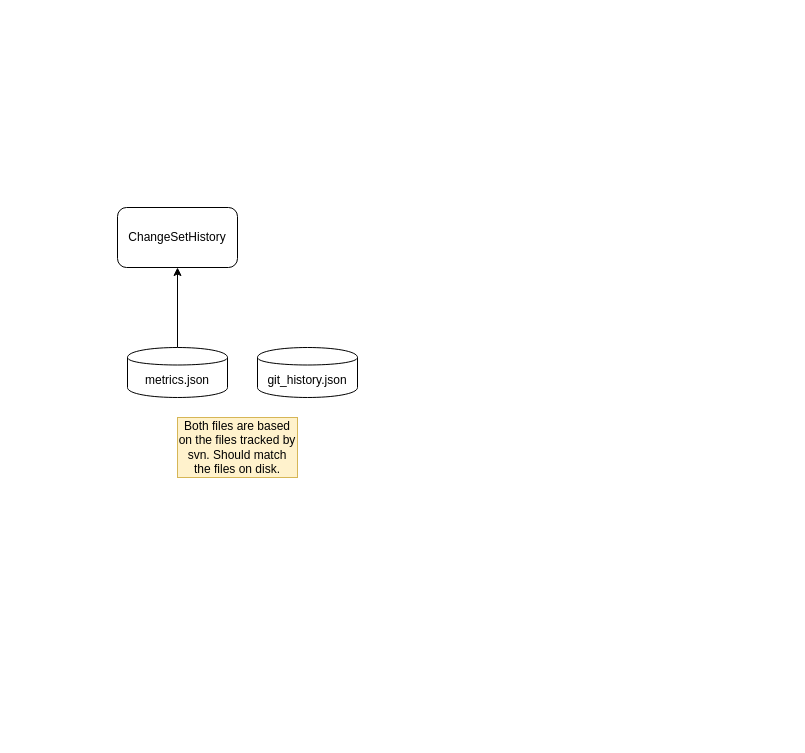
Above: Documents/Insight.drawio in ATrefzer/Insight (draw.io), before the change. Source tidied: cells renumbered, new cells numbered last; positions are measured from the earlier drawing's top-left corner, leaving out a move shared by most shapes. Both pictures are drawn from the tidied source at 100%, with x=0, y=0 at pixel (117, 207).
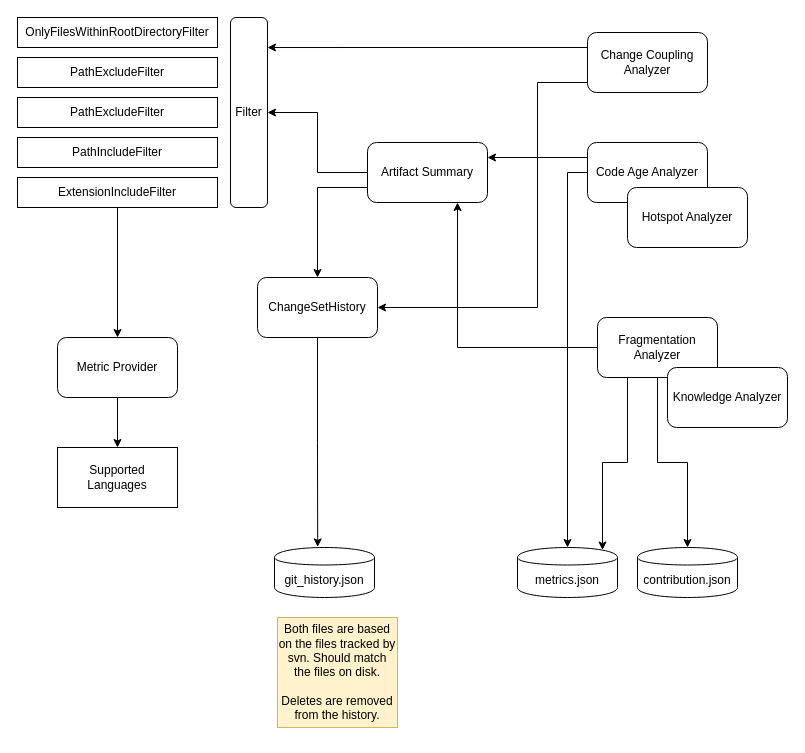
The same diagram, later.

Change to the diagram source:
```diff
@@
-    <mxCell id="2" style="edgeStyle=orthogonalEdgeStyle;rounded=0;jettySize=auto;html=1;exitX=0.5;exitY=0;exitDx=0;exitDy=0;" parent="1" edge="1" source="3" target="6">
-      <mxGeometry relative="1" as="geometry" />
-    </mxCell>
     <mxCell id="3" value="metrics.json" style="shape=cylinder;whiteSpace=wrap;html=1;boundedLbl=1;backgroundOutline=1;" parent="1" vertex="1">
-      <mxGeometry x="10" y="140" width="100" height="50" as="geometry" />
+      <mxGeometry x="400" y="340" width="100" height="50" as="geometry" />
     </mxCell>
     <mxCell id="4" value="git_history.json" style="shape=cylinder;whiteSpace=wrap;html=1;boundedLbl=1;backgroundOutline=1;" parent="1" vertex="1">
-      <mxGeometry x="140" y="140" width="100" height="50" as="geometry" />
+      <mxGeometry x="157" y="340" width="100" height="50" as="geometry" />
     </mxCell>
-    <mxCell id="5" value="Both files are based on the files tracked by svn. Should match the files on disk." style="rounded=0;whiteSpace=wrap;html=1;fillColor=#fff2cc;strokeColor=#d6b656;" parent="1" vertex="1">
-      <mxGeometry x="60" y="210" width="120" height="60" as="geometry" />
+    <mxCell id="5" value="Both files are based on the files tracked by svn. Should match the files on disk.&lt;br&gt;&lt;br&gt;Deletes are removed from the history." style="rounded=0;whiteSpace=wrap;html=1;fillColor=#fff2cc;strokeColor=#d6b656;" parent="1" vertex="1">
+      <mxGeometry x="160" y="410" width="120" height="110" as="geometry" />
     </mxCell>
+    <mxCell id="7" style="edgeStyle=orthogonalEdgeStyle;rounded=0;jettySize=auto;html=1;exitX=0.5;exitY=1;exitDx=0;exitDy=0;entryX=0.432;entryY=-0.012;entryDx=0;entryDy=0;entryPerimeter=0;" parent="1" edge="1" source="6" target="4">
+      <mxGeometry relative="1" as="geometry" />
+    </mxCell>
     <mxCell id="6" value="ChangeSetHistory" style="rounded=1;whiteSpace=wrap;html=1;" parent="1" vertex="1">
-      <mxGeometry width="120" height="60" as="geometry" />
+      <mxGeometry x="140" y="70" width="120" height="60" as="geometry" />
     </mxCell>
+    <mxCell id="8" style="edgeStyle=orthogonalEdgeStyle;rounded=0;jettySize=auto;html=1;exitX=0;exitY=0.5;exitDx=0;exitDy=0;entryX=1;entryY=0.5;entryDx=0;entryDy=0;" parent="1" edge="1" source="11" target="9">
+      <mxGeometry relative="1" as="geometry" />
+    </mxCell>
+    <mxCell id="9" value="Filter" style="rounded=1;whiteSpace=wrap;html=1;" parent="1" vertex="1">
+      <mxGeometry x="113" y="-190" width="37" height="190" as="geometry" />
+    </mxCell>
+    <mxCell id="10" style="edgeStyle=orthogonalEdgeStyle;rounded=0;jettySize=auto;html=1;exitX=0;exitY=0.75;exitDx=0;exitDy=0;" parent="1" edge="1" source="11" target="6">
+      <mxGeometry relative="1" as="geometry" />
+    </mxCell>
+    <mxCell id="11" value="Artifact Summary" style="rounded=1;whiteSpace=wrap;html=1;" parent="1" vertex="1">
+      <mxGeometry x="250" y="-65" width="120" height="60" as="geometry" />
+    </mxCell>
+    <mxCell id="12" style="edgeStyle=orthogonalEdgeStyle;rounded=0;jettySize=auto;html=1;exitX=0;exitY=0.75;exitDx=0;exitDy=0;entryX=1;entryY=0.5;entryDx=0;entryDy=0;" parent="1" edge="1" source="14" target="6">
+      <mxGeometry relative="1" as="geometry">
+        <Array as="points">
+          <mxPoint x="420" y="-125" />
+          <mxPoint x="420" y="100" />
+        </Array>
+      </mxGeometry>
+    </mxCell>
+    <mxCell id="13" style="edgeStyle=orthogonalEdgeStyle;rounded=0;jettySize=auto;html=1;exitX=0;exitY=0.25;exitDx=0;exitDy=0;entryX=1;entryY=0.158;entryDx=0;entryDy=0;entryPerimeter=0;" parent="1" edge="1" source="14" target="9">
+      <mxGeometry relative="1" as="geometry" />
+    </mxCell>
+    <mxCell id="14" value="Change Coupling Analyzer" style="rounded=1;whiteSpace=wrap;html=1;" parent="1" vertex="1">
+      <mxGeometry x="470" y="-175" width="120" height="60" as="geometry" />
+    </mxCell>
+    <mxCell id="15" style="edgeStyle=orthogonalEdgeStyle;rounded=0;jettySize=auto;html=1;exitX=0.5;exitY=1;exitDx=0;exitDy=0;entryX=0.5;entryY=0;entryDx=0;entryDy=0;" parent="1" edge="1" source="16" target="23">
+      <mxGeometry relative="1" as="geometry" />
+    </mxCell>
+    <mxCell id="16" value="ExtensionIncludeFilter" style="rounded=0;whiteSpace=wrap;html=1;" parent="1" vertex="1">
+      <mxGeometry x="-100" y="-30" width="200" height="30" as="geometry" />
+    </mxCell>
+    <mxCell id="17" value="PathExcludeFilter" style="rounded=0;whiteSpace=wrap;html=1;" parent="1" vertex="1">
+      <mxGeometry x="-100" y="-150" width="200" height="30" as="geometry" />
+    </mxCell>
+    <mxCell id="18" value="PathExcludeFilter" style="rounded=0;whiteSpace=wrap;html=1;" parent="1" vertex="1">
+      <mxGeometry x="-100" y="-110" width="200" height="30" as="geometry" />
+    </mxCell>
+    <mxCell id="19" value="&lt;span style=&quot;text-align: left ; white-space: nowrap&quot;&gt;PathIncludeFilter&lt;/span&gt;" style="rounded=0;whiteSpace=wrap;html=1;" parent="1" vertex="1">
+      <mxGeometry x="-100" y="-70" width="200" height="30" as="geometry" />
+    </mxCell>
+    <mxCell id="20" value="&lt;span style=&quot;text-align: left ; white-space: nowrap&quot;&gt;OnlyFilesWithinRootDirectoryFilter&lt;/span&gt;" style="rounded=0;whiteSpace=wrap;html=1;" parent="1" vertex="1">
+      <mxGeometry x="-100" y="-190" width="200" height="30" as="geometry" />
+    </mxCell>
+    <mxCell id="21" value="Supported Languages" style="rounded=0;whiteSpace=wrap;html=1;" parent="1" vertex="1">
+      <mxGeometry x="-60" y="240" width="120" height="60" as="geometry" />
+    </mxCell>
+    <mxCell id="22" style="edgeStyle=orthogonalEdgeStyle;rounded=0;jettySize=auto;html=1;exitX=0.5;exitY=1;exitDx=0;exitDy=0;entryX=0.5;entryY=0;entryDx=0;entryDy=0;" parent="1" edge="1" source="23" target="21">
+      <mxGeometry relative="1" as="geometry" />
+    </mxCell>
+    <mxCell id="23" value="Metric Provider" style="rounded=1;whiteSpace=wrap;html=1;" parent="1" vertex="1">
+      <mxGeometry x="-60" y="130" width="120" height="60" as="geometry" />
+    </mxCell>
+    <mxCell id="24" style="edgeStyle=orthogonalEdgeStyle;rounded=0;orthogonalLoop=1;jettySize=auto;html=1;exitX=0.5;exitY=1;exitDx=0;exitDy=0;" parent="1" edge="1" source="5" target="5">
+      <mxGeometry relative="1" as="geometry" />
+    </mxCell>
+    <mxCell id="25" style="edgeStyle=orthogonalEdgeStyle;rounded=0;jettySize=auto;html=1;exitX=0;exitY=0.25;exitDx=0;exitDy=0;entryX=1;entryY=0.25;entryDx=0;entryDy=0;" parent="1" edge="1" source="27" target="11">
+      <mxGeometry relative="1" as="geometry" />
+    </mxCell>
+    <mxCell id="26" style="edgeStyle=orthogonalEdgeStyle;rounded=0;jettySize=auto;html=1;exitX=0;exitY=0.5;exitDx=0;exitDy=0;entryX=0.5;entryY=0;entryDx=0;entryDy=0;" parent="1" edge="1" source="27" target="3">
+      <mxGeometry relative="1" as="geometry" />
+    </mxCell>
+    <mxCell id="27" value="Code Age Analyzer" style="rounded=1;whiteSpace=wrap;html=1;" parent="1" vertex="1">
+      <mxGeometry x="470" y="-65" width="120" height="60" as="geometry" />
+    </mxCell>
+    <mxCell id="28" value="Hotspot Analyzer" style="rounded=1;whiteSpace=wrap;html=1;" parent="1" vertex="1">
+      <mxGeometry x="510" y="-20" width="120" height="60" as="geometry" />
+    </mxCell>
+    <mxCell id="29" value="contribution.json" style="shape=cylinder;whiteSpace=wrap;html=1;boundedLbl=1;backgroundOutline=1;" parent="1" vertex="1">
+      <mxGeometry x="520" y="340" width="100" height="50" as="geometry" />
+    </mxCell>
+    <mxCell id="30" style="edgeStyle=orthogonalEdgeStyle;rounded=0;jettySize=auto;html=1;exitX=0;exitY=0.5;exitDx=0;exitDy=0;entryX=0.75;entryY=1;entryDx=0;entryDy=0;" parent="1" edge="1" source="33" target="11">
+      <mxGeometry relative="1" as="geometry" />
+    </mxCell>
+    <mxCell id="31" style="edgeStyle=orthogonalEdgeStyle;rounded=0;jettySize=auto;html=1;exitX=0.25;exitY=1;exitDx=0;exitDy=0;entryX=0.85;entryY=0.05;entryDx=0;entryDy=0;entryPerimeter=0;" parent="1" edge="1" source="33" target="3">
+      <mxGeometry relative="1" as="geometry" />
+    </mxCell>
+    <mxCell id="32" style="edgeStyle=orthogonalEdgeStyle;rounded=0;jettySize=auto;html=1;exitX=0.5;exitY=1;exitDx=0;exitDy=0;entryX=0.5;entryY=0;entryDx=0;entryDy=0;" parent="1" edge="1" source="33" target="29">
+      <mxGeometry relative="1" as="geometry" />
+    </mxCell>
+    <mxCell id="33" value="Fragmentation Analyzer" style="rounded=1;whiteSpace=wrap;html=1;" parent="1" vertex="1">
+      <mxGeometry x="480" y="110" width="120" height="60" as="geometry" />
+    </mxCell>
+    <mxCell id="34" value="Knowledge Analyzer" style="rounded=1;whiteSpace=wrap;html=1;" parent="1" vertex="1">
+      <mxGeometry x="550" y="160" width="120" height="60" as="geometry" />
+    </mxCell>
```
